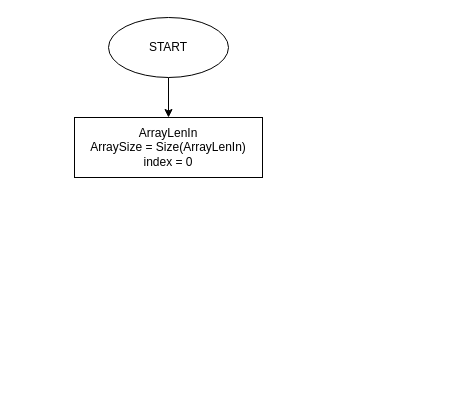
Above: Introduction_to_C#/Lesson1/Task54/Task54.drawio in Artemedi/Seminar (draw.io), before the change. Source tidied: cells renumbered, new cells numbered last; positions are measured from the earlier drawing's top-left corner, leaving out a move shared by most shapes. Both pictures are drawn from the tidied source at 100%, with x=0, y=0 at pixel (74, 17).
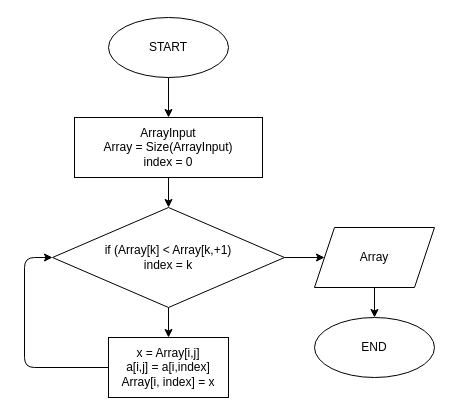
After the change.

Commit message:
Упорядочить элементы в строках двумерного массива по убыванию

What changed in the source:
```diff
@@
 <mxGraphModel>
   <root>
     <mxCell id="0" />
     <mxCell id="1" parent="0" />
     <mxCell id="2" style="edgeStyle=none;html=1;" parent="1" edge="1" source="3" target="4">
       <mxGeometry relative="1" as="geometry" />
     </mxCell>
     <mxCell id="3" value="START" style="ellipse;whiteSpace=wrap;html=1;" parent="1" vertex="1">
       <mxGeometry x="34" width="120" height="60" as="geometry" />
     </mxCell>
+    <mxCell id="5" style="edgeStyle=none;html=1;" parent="1" edge="1" source="4" target="8">
+      <mxGeometry relative="1" as="geometry" />
+    </mxCell>
-    <mxCell id="4" value="ArrayLenIn&lt;br&gt;ArraySize = Size(ArrayLenIn)&lt;br&gt;index = 0" style="rounded=0;whiteSpace=wrap;html=1;" parent="1" vertex="1">
+    <mxCell id="4" value="ArrayInput&lt;br&gt;Array = Size(ArrayInput)&lt;br&gt;index = 0" style="rounded=0;whiteSpace=wrap;html=1;" parent="1" vertex="1">
       <mxGeometry y="100" width="188" height="60" as="geometry" />
     </mxCell>
+    <mxCell id="6" style="edgeStyle=none;html=1;" parent="1" edge="1" source="8" target="10">
+      <mxGeometry relative="1" as="geometry" />
+    </mxCell>
+    <mxCell id="7" style="edgeStyle=none;html=1;exitX=1;exitY=0.5;exitDx=0;exitDy=0;" parent="1" edge="1" source="8" target="12">
+      <mxGeometry relative="1" as="geometry" />
+    </mxCell>
+    <mxCell id="8" value="if (Array[k] &amp;lt; Array[k,+1)&lt;br&gt;index = k" style="rhombus;whiteSpace=wrap;html=1;" parent="1" vertex="1">
+      <mxGeometry x="-22" y="190" width="232" height="100" as="geometry" />
+    </mxCell>
+    <mxCell id="9" style="edgeStyle=none;html=1;exitX=0;exitY=0.5;exitDx=0;exitDy=0;entryX=0;entryY=0.5;entryDx=0;entryDy=0;" parent="1" edge="1" source="10" target="8">
+      <mxGeometry relative="1" as="geometry">
+        <Array as="points">
+          <mxPoint x="-50" y="350" />
+          <mxPoint x="-50" y="240" />
+        </Array>
+      </mxGeometry>
+    </mxCell>
+    <mxCell id="10" value="x = Array[i,j]&lt;br&gt;a[i,j] = a[i,index]&lt;br&gt;Array[i, index] = x" style="rounded=0;whiteSpace=wrap;html=1;" parent="1" vertex="1">
+      <mxGeometry x="34" y="320" width="120" height="60" as="geometry" />
+    </mxCell>
+    <mxCell id="11" style="edgeStyle=none;html=1;" parent="1" edge="1" source="12" target="13">
+      <mxGeometry relative="1" as="geometry" />
+    </mxCell>
+    <mxCell id="12" value="Array" style="shape=parallelogram;perimeter=parallelogramPerimeter;whiteSpace=wrap;html=1;fixedSize=1;" parent="1" vertex="1">
+      <mxGeometry x="240" y="210" width="120" height="60" as="geometry" />
+    </mxCell>
+    <mxCell id="13" value="END" style="ellipse;whiteSpace=wrap;html=1;" parent="1" vertex="1">
+      <mxGeometry x="240" y="300" width="120" height="60" as="geometry" />
+    </mxCell>
   </root>
 </mxGraphModel>
```
